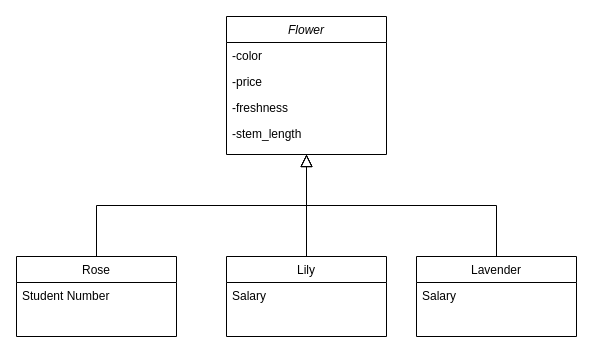
This is Lab3.drawio from BakhirevKirill/draw-io, a draw.io file, before an edit. Source tidied: cells renumbered, new cells numbered last; positions are measured from the earlier drawing's top-left corner, leaving out a move shared by most shapes. Both pictures are drawn from the tidied source at 100%, with x=0, y=0 at pixel (16, 16).
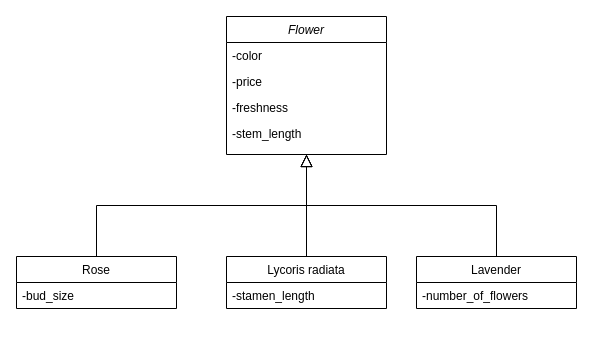
After the change.

What changed in the source:
```diff
@@
 <mxGraphModel>
   <root>
     <mxCell id="0" />
     <mxCell id="1" parent="0" />
     <mxCell id="2" value="Flower" style="swimlane;fontStyle=2;align=center;verticalAlign=top;horizontal=1;startSize=26;rounded=0;shadow=0;strokeWidth=1;" parent="1" vertex="1">
       <mxGeometry x="210" width="160" height="138" as="geometry" />
     </mxCell>
     <mxCell id="3" value="-color" style="text;align=left;verticalAlign=top;spacingLeft=4;spacingRight=4;overflow=hidden;" parent="2" vertex="1">
       <mxGeometry y="26" width="160" height="26" as="geometry" />
     </mxCell>
     <mxCell id="4" value="-price" style="text;align=left;verticalAlign=top;spacingLeft=4;spacingRight=4;overflow=hidden;rounded=0;shadow=0;html=0;" parent="2" vertex="1">
       <mxGeometry y="52" width="160" height="26" as="geometry" />
     </mxCell>
     <mxCell id="5" value="-freshness" style="text;align=left;verticalAlign=top;spacingLeft=4;spacingRight=4;overflow=hidden;rounded=0;shadow=0;html=0;" parent="2" vertex="1">
       <mxGeometry y="78" width="160" height="26" as="geometry" />
     </mxCell>
     <mxCell id="6" value="-stem_length" style="text;align=left;verticalAlign=top;spacingLeft=4;spacingRight=4;overflow=hidden;" parent="2" vertex="1">
       <mxGeometry y="104" width="160" height="26" as="geometry" />
     </mxCell>
     <mxCell id="7" value="Rose" style="swimlane;fontStyle=0;align=center;verticalAlign=top;horizontal=1;startSize=26;rounded=0;shadow=0;strokeWidth=1;" parent="1" vertex="1">
-      <mxGeometry y="240" width="160" height="80" as="geometry" />
+      <mxGeometry y="240" width="160" height="52" as="geometry" />
     </mxCell>
-    <mxCell id="8" value="Student Number" style="text;align=left;verticalAlign=top;spacingLeft=4;spacingRight=4;overflow=hidden;" parent="7" vertex="1">
+    <mxCell id="8" value="-bud_size" style="text;align=left;verticalAlign=top;spacingLeft=4;spacingRight=4;overflow=hidden;" parent="7" vertex="1">
       <mxGeometry y="26" width="160" height="26" as="geometry" />
     </mxCell>
     <mxCell id="9" style="endArrow=block;endSize=10;endFill=0;shadow=0;strokeWidth=1;rounded=0;edgeStyle=elbowEdgeStyle;elbow=vertical;" parent="1" edge="1" source="7" target="2">
       <mxGeometry relative="1" as="geometry" />
     </mxCell>
-    <mxCell id="10" value="Lily" style="swimlane;fontStyle=0;align=center;verticalAlign=top;horizontal=1;startSize=26;rounded=0;shadow=0;strokeWidth=1;" parent="1" vertex="1">
-      <mxGeometry x="210" y="240" width="160" height="80" as="geometry" />
+    <mxCell id="10" value="Lycoris radiata" style="swimlane;fontStyle=0;align=center;verticalAlign=top;horizontal=1;startSize=26;rounded=0;shadow=0;strokeWidth=1;" parent="1" vertex="1">
+      <mxGeometry x="210" y="240" width="160" height="52" as="geometry" />
     </mxCell>
-    <mxCell id="11" value="Salary" style="text;align=left;verticalAlign=top;spacingLeft=4;spacingRight=4;overflow=hidden;" parent="10" vertex="1">
+    <mxCell id="11" value="-stamen_length" style="text;align=left;verticalAlign=top;spacingLeft=4;spacingRight=4;overflow=hidden;" parent="10" vertex="1">
       <mxGeometry y="26" width="160" height="26" as="geometry" />
     </mxCell>
     <mxCell id="12" style="endArrow=block;endSize=10;endFill=0;shadow=0;strokeWidth=1;rounded=0;edgeStyle=elbowEdgeStyle;elbow=vertical;" parent="1" edge="1" source="10" target="2">
       <mxGeometry relative="1" as="geometry" />
     </mxCell>
     <mxCell id="13" value="Lavender" style="swimlane;fontStyle=0;align=center;verticalAlign=top;horizontal=1;startSize=26;rounded=0;shadow=0;strokeWidth=1;" parent="1" vertex="1">
-      <mxGeometry x="400" y="240" width="160" height="80" as="geometry" />
+      <mxGeometry x="400" y="240" width="160" height="52" as="geometry" />
     </mxCell>
-    <mxCell id="14" value="Salary" style="text;align=left;verticalAlign=top;spacingLeft=4;spacingRight=4;overflow=hidden;" parent="13" vertex="1">
+    <mxCell id="14" value="-number_of_flowers" style="text;align=left;verticalAlign=top;spacingLeft=4;spacingRight=4;overflow=hidden;" parent="13" vertex="1">
       <mxGeometry y="26" width="160" height="26" as="geometry" />
     </mxCell>
     <mxCell id="15" style="endArrow=block;endSize=10;endFill=0;shadow=0;strokeWidth=1;rounded=0;edgeStyle=elbowEdgeStyle;elbow=vertical;entryX=0.5;entryY=1;entryDx=0;entryDy=0;" parent="1" edge="1" source="13" target="2">
       <mxGeometry relative="1" as="geometry" />
     </mxCell>
   </root>
 </mxGraphModel>
```
